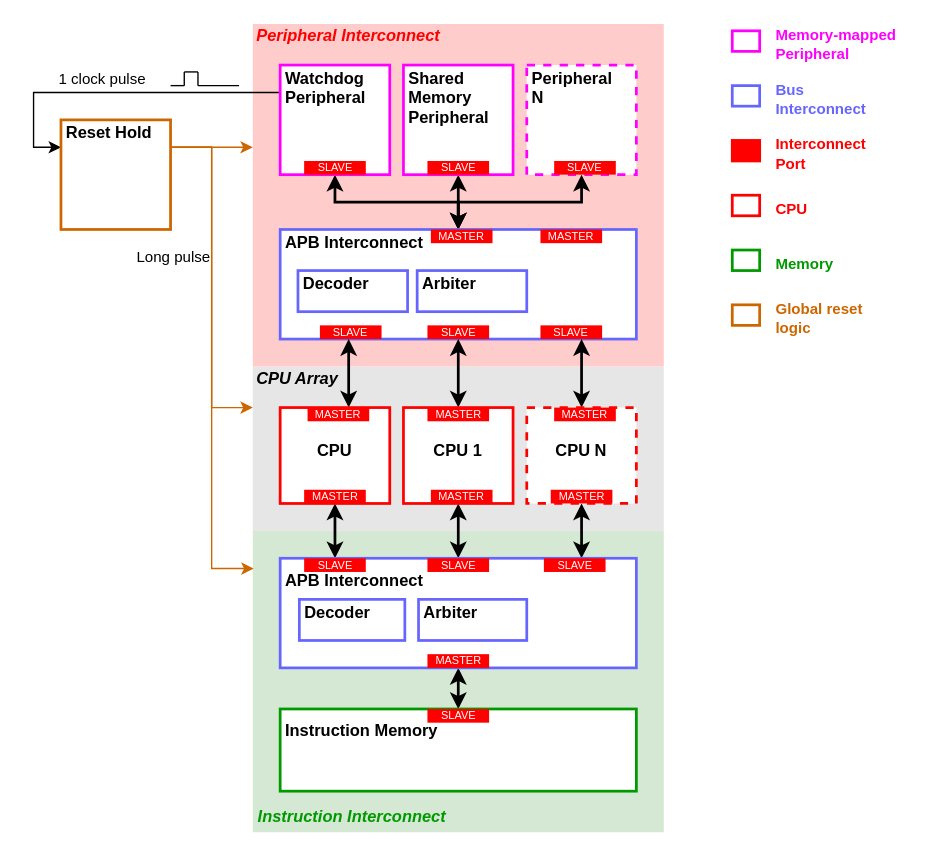
Before: docs/img/watchdog.drawio in bendl/vmicro16, a draw.io diagram. Source tidied: cells renumbered, new cells numbered last; positions are measured from the earlier drawing's top-left corner, leaving out a move shared by most shapes. Both pictures are drawn from the tidied source at 137%, with x=0, y=0 at pixel (60, 23).
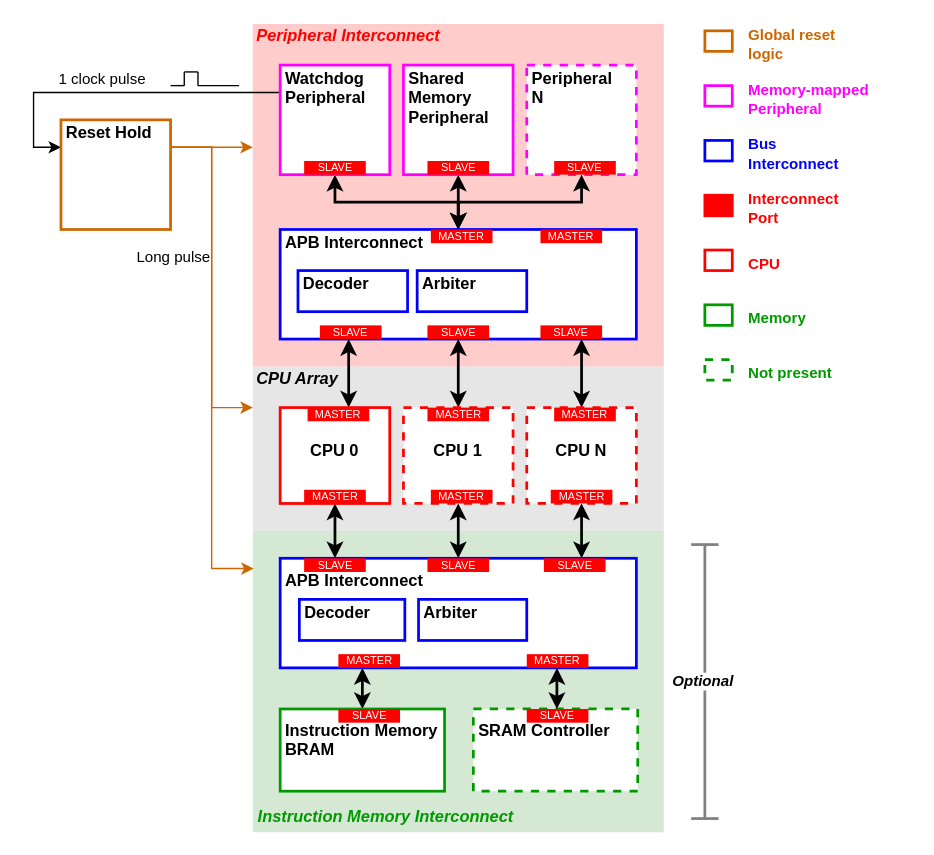
The same diagram, later.

What changed in the source:
```diff
@@
-    <mxCell id="3" value="Instruction Interconnect" style="rounded=0;whiteSpace=wrap;html=1;strokeColor=none;strokeWidth=2;align=left;fillColor=#D5E8D4;verticalAlign=bottom;fontStyle=3;spacing=4;spacingTop=-6;fontColor=#009900;" parent="1" vertex="1">
+    <mxCell id="3" value="Instruction Memory Interconnect" style="rounded=0;whiteSpace=wrap;html=1;strokeColor=none;strokeWidth=2;align=left;fillColor=#D5E8D4;verticalAlign=bottom;fontStyle=3;spacing=4;spacingTop=-6;fontColor=#009900;" parent="1" vertex="1">
       <mxGeometry x="140" y="370" width="300" height="220" as="geometry" />
     </mxCell>
@@
-    <mxCell id="8" value="APB Interconnect" style="rounded=0;whiteSpace=wrap;html=1;fontStyle=1;verticalAlign=top;align=left;spacing=4;spacingTop=-6;strokeColor=#6666FF;strokeWidth=2;" parent="1" vertex="1">
+    <mxCell id="8" value="APB Interconnect" style="rounded=0;whiteSpace=wrap;html=1;fontStyle=1;verticalAlign=top;align=left;spacing=4;spacingTop=-6;strokeColor=#0000FF;strokeWidth=2;" parent="1" vertex="1">
       <mxGeometry x="160" y="150" width="260" height="80" as="geometry" />
     </mxCell>
@@
-    <mxCell id="15" value="CPU" style="rounded=0;whiteSpace=wrap;html=1;fontStyle=1;verticalAlign=middle;align=center;spacing=4;spacingTop=-6;strokeColor=#FF0000;strokeWidth=2;" parent="1" vertex="1">
+    <mxCell id="15" value="CPU 0" style="rounded=0;whiteSpace=wrap;html=1;fontStyle=1;verticalAlign=middle;align=center;spacing=4;spacingTop=-6;strokeColor=#FF0000;strokeWidth=2;" parent="1" vertex="1">
       <mxGeometry x="160" y="280" width="80" height="70" as="geometry" />
     </mxCell>
@@
-    <mxCell id="18" value="CPU 1" style="rounded=0;whiteSpace=wrap;html=1;fontStyle=1;verticalAlign=middle;align=center;spacing=4;spacingTop=-6;strokeColor=#FF0000;strokeWidth=2;" parent="1" vertex="1">
+    <mxCell id="18" value="CPU 1" style="rounded=0;whiteSpace=wrap;html=1;fontStyle=1;verticalAlign=middle;align=center;spacing=4;spacingTop=-6;strokeColor=#FF0000;strokeWidth=2;dashed=1;" parent="1" vertex="1">
       <mxGeometry x="250" y="280" width="80" height="70" as="geometry" />
     </mxCell>
@@
-    <mxCell id="22" style="edgeStyle=elbowEdgeStyle;rounded=0;jettySize=auto;html=1;exitX=0.5;exitY=1;exitDx=0;exitDy=0;entryX=0.5;entryY=0;entryDx=0;entryDy=0;strokeColor=#000000;strokeWidth=2;startArrow=classic;startFill=1;" parent="1" edge="1" source="23" target="24">
-      <mxGeometry relative="1" as="geometry" />
+    <mxCell id="22" style="rounded=0;jettySize=auto;html=1;strokeColor=#000000;strokeWidth=2;startArrow=classic;startFill=1;edgeStyle=elbowEdgeStyle;" parent="1" edge="1" source="23" target="24">
+      <mxGeometry relative="1" as="geometry">
+        <Array as="points">
+          <mxPoint x="220" y="485" />
+        </Array>
+      </mxGeometry>
     </mxCell>
-    <mxCell id="23" value="APB Interconnect" style="rounded=0;whiteSpace=wrap;html=1;fontStyle=1;verticalAlign=top;align=left;spacing=4;spacingTop=1;strokeColor=#6666FF;strokeWidth=2;" parent="1" vertex="1">
+    <mxCell id="23" value="APB Interconnect" style="rounded=0;whiteSpace=wrap;html=1;fontStyle=1;verticalAlign=top;align=left;spacing=4;spacingTop=1;strokeColor=#0000FF;strokeWidth=2;" parent="1" vertex="1">
       <mxGeometry x="160" y="390" width="260" height="80" as="geometry" />
     </mxCell>
-    <mxCell id="24" value="Instruction Memory" style="rounded=0;whiteSpace=wrap;html=1;fontStyle=1;verticalAlign=top;align=left;spacing=4;spacingTop=0;strokeColor=#009900;strokeWidth=2;" parent="1" vertex="1">
-      <mxGeometry x="160" y="500" width="260" height="60" as="geometry" />
+    <mxCell id="24" value="Instruction Memory&lt;br&gt;BRAM" style="rounded=0;whiteSpace=wrap;html=1;fontStyle=1;verticalAlign=top;align=left;spacing=4;spacingTop=0;strokeColor=#009900;strokeWidth=2;" parent="1" vertex="1">
+      <mxGeometry x="160" y="500" width="120" height="60" as="geometry" />
     </mxCell>
-    <mxCell id="25" value="Decoder" style="rounded=0;whiteSpace=wrap;html=1;fontStyle=1;verticalAlign=top;align=left;spacing=4;spacingTop=-6;strokeColor=#6666FF;strokeWidth=2;" parent="1" vertex="1">
+    <mxCell id="25" value="Decoder" style="rounded=0;whiteSpace=wrap;html=1;fontStyle=1;verticalAlign=top;align=left;spacing=4;spacingTop=-6;strokeColor=#0000FF;strokeWidth=2;" parent="1" vertex="1">
       <mxGeometry x="174" y="420" width="77" height="30" as="geometry" />
     </mxCell>
-    <mxCell id="26" value="Arbiter" style="rounded=0;whiteSpace=wrap;html=1;fontStyle=1;verticalAlign=top;align=left;spacing=4;spacingTop=-6;strokeColor=#6666FF;strokeWidth=2;" parent="1" vertex="1">
+    <mxCell id="26" value="Arbiter" style="rounded=0;whiteSpace=wrap;html=1;fontStyle=1;verticalAlign=top;align=left;spacing=4;spacingTop=-6;strokeColor=#0000FF;strokeWidth=2;" parent="1" vertex="1">
       <mxGeometry x="261" y="420" width="79" height="30" as="geometry" />
     </mxCell>
-    <mxCell id="27" value="Decoder" style="rounded=0;whiteSpace=wrap;html=1;fontStyle=1;verticalAlign=top;align=left;spacing=4;spacingTop=-6;strokeColor=#6666FF;strokeWidth=2;" parent="1" vertex="1">
+    <mxCell id="27" value="Decoder" style="rounded=0;whiteSpace=wrap;html=1;fontStyle=1;verticalAlign=top;align=left;spacing=4;spacingTop=-6;strokeColor=#0000FF;strokeWidth=2;" parent="1" vertex="1">
       <mxGeometry x="173" y="180" width="80" height="30" as="geometry" />
     </mxCell>
-    <mxCell id="28" value="Arbiter" style="rounded=0;whiteSpace=wrap;html=1;fontStyle=1;verticalAlign=top;align=left;spacing=4;spacingTop=-6;strokeColor=#6666FF;strokeWidth=2;" parent="1" vertex="1">
+    <mxCell id="28" value="Arbiter" style="rounded=0;whiteSpace=wrap;html=1;fontStyle=1;verticalAlign=top;align=left;spacing=4;spacingTop=-6;strokeColor=#0000FF;strokeWidth=2;" parent="1" vertex="1">
       <mxGeometry x="260" y="180" width="80" height="30" as="geometry" />
     </mxCell>
@@
     <mxCell id="49" value="SLAVE" style="rounded=0;whiteSpace=wrap;html=1;labelBackgroundColor=none;strokeColor=none;strokeWidth=2;fillColor=#FF0000;fontColor=#FFFFFF;align=center;fontSize=8;spacing=0;spacingTop=-1;" parent="1" vertex="1">
-      <mxGeometry x="267.5" y="500" width="45" height="10" as="geometry" />
+      <mxGeometry x="202.5" y="500" width="45" height="10" as="geometry" />
     </mxCell>
     <mxCell id="50" value="MASTER" style="rounded=0;whiteSpace=wrap;html=1;labelBackgroundColor=none;strokeColor=none;strokeWidth=2;fillColor=#FF0000;fontColor=#FFFFFF;align=center;fontSize=8;spacing=0;spacingTop=-1;" parent="1" vertex="1">
-      <mxGeometry x="267.5" y="460" width="45" height="10" as="geometry" />
+      <mxGeometry x="202.5" y="460" width="45" height="10" as="geometry" />
     </mxCell>
@@
-    <mxCell id="58" style="rounded=0;whiteSpace=wrap;html=1;fontStyle=1;verticalAlign=top;align=left;spacing=4;spacingTop=-6;strokeColor=#6666FF;strokeWidth=2;" parent="1" vertex="1">
-      <mxGeometry x="490" y="45" width="20" height="15" as="geometry" />
+    <mxCell id="58" style="rounded=0;whiteSpace=wrap;html=1;fontStyle=1;verticalAlign=top;align=left;spacing=4;spacingTop=-6;strokeColor=#0000FF;strokeWidth=2;" parent="1" vertex="1">
+      <mxGeometry x="470" y="85" width="20" height="15" as="geometry" />
     </mxCell>
     <mxCell id="59" style="rounded=0;whiteSpace=wrap;html=1;fontStyle=1;verticalAlign=top;align=left;spacing=4;spacingTop=-6;strokeColor=#FF00FF;strokeWidth=2;" parent="1" vertex="1">
-      <mxGeometry x="490" y="5" width="20" height="15" as="geometry" />
+      <mxGeometry x="470" y="45" width="20" height="15" as="geometry" />
     </mxCell>
     <mxCell id="60" style="rounded=0;whiteSpace=wrap;html=1;fontStyle=1;verticalAlign=top;align=left;spacing=4;spacingTop=-6;strokeColor=#FF0000;strokeWidth=2;" parent="1" vertex="1">
-      <mxGeometry x="490" y="125" width="20" height="15" as="geometry" />
+      <mxGeometry x="470" y="165" width="20" height="15" as="geometry" />
     </mxCell>
     <mxCell id="61" style="rounded=0;whiteSpace=wrap;html=1;fontStyle=1;verticalAlign=top;align=left;spacing=4;spacingTop=-6;strokeColor=#009900;strokeWidth=2;" parent="1" vertex="1">
-      <mxGeometry x="490" y="165" width="20" height="15" as="geometry" />
+      <mxGeometry x="470" y="205" width="20" height="15" as="geometry" />
     </mxCell>
     <mxCell id="62" style="rounded=0;whiteSpace=wrap;html=1;fontStyle=1;verticalAlign=top;align=left;spacing=4;spacingTop=-6;strokeColor=#CC6600;strokeWidth=2;" parent="1" vertex="1">
-      <mxGeometry x="490" y="205" width="20" height="15" as="geometry" />
+      <mxGeometry x="470" y="5" width="20" height="15" as="geometry" />
     </mxCell>
     <mxCell id="63" value="&lt;b&gt;&lt;font style=&quot;font-size: 11px&quot;&gt;Global reset logic&lt;/font&gt;&lt;/b&gt;" style="text;html=1;strokeColor=none;fillColor=none;align=left;verticalAlign=middle;whiteSpace=wrap;rounded=0;shadow=0;glass=0;comic=0;labelBackgroundColor=none;fontSize=8;fontColor=#CC6600;" parent="1" vertex="1">
-      <mxGeometry x="520" y="200" width="80" height="30" as="geometry" />
+      <mxGeometry x="500" width="80" height="30" as="geometry" />
     </mxCell>
     <mxCell id="64" value="&lt;b&gt;&lt;font style=&quot;font-size: 11px&quot;&gt;Memory&lt;/font&gt;&lt;/b&gt;" style="text;html=1;strokeColor=none;fillColor=none;align=left;verticalAlign=middle;whiteSpace=wrap;rounded=0;shadow=0;glass=0;comic=0;labelBackgroundColor=none;fontSize=8;fontColor=#009900;" parent="1" vertex="1">
-      <mxGeometry x="520" y="160" width="80" height="30" as="geometry" />
+      <mxGeometry x="500" y="200" width="80" height="30" as="geometry" />
     </mxCell>
     <mxCell id="65" value="&lt;b&gt;&lt;font style=&quot;font-size: 11px&quot;&gt;CPU&lt;/font&gt;&lt;/b&gt;" style="text;html=1;strokeColor=none;fillColor=none;align=left;verticalAlign=middle;whiteSpace=wrap;rounded=0;shadow=0;glass=0;comic=0;labelBackgroundColor=none;fontSize=8;fontColor=#FF0000;" parent="1" vertex="1">
-      <mxGeometry x="520" y="120" width="80" height="30" as="geometry" />
+      <mxGeometry x="500" y="160" width="80" height="30" as="geometry" />
     </mxCell>
-    <mxCell id="66" value="&lt;b&gt;&lt;font style=&quot;font-size: 11px&quot;&gt;Bus Interconnect&lt;/font&gt;&lt;/b&gt;" style="text;html=1;strokeColor=none;fillColor=none;align=left;verticalAlign=middle;whiteSpace=wrap;rounded=0;shadow=0;glass=0;comic=0;labelBackgroundColor=none;fontSize=8;fontColor=#6666FF;" parent="1" vertex="1">
-      <mxGeometry x="520" y="40" width="80" height="30" as="geometry" />
+    <mxCell id="66" value="&lt;b&gt;&lt;font style=&quot;font-size: 11px&quot;&gt;Bus Interconnect&lt;/font&gt;&lt;/b&gt;" style="text;html=1;strokeColor=none;fillColor=none;align=left;verticalAlign=middle;whiteSpace=wrap;rounded=0;shadow=0;glass=0;comic=0;labelBackgroundColor=none;fontSize=8;fontColor=#0000FF;" parent="1" vertex="1">
+      <mxGeometry x="500" y="80" width="80" height="30" as="geometry" />
     </mxCell>
     <mxCell id="67" value="&lt;b&gt;&lt;font style=&quot;font-size: 11px&quot;&gt;Memory-mapped Peripheral&lt;br&gt;&lt;/font&gt;&lt;/b&gt;" style="text;html=1;strokeColor=none;fillColor=none;align=left;verticalAlign=middle;whiteSpace=wrap;rounded=0;shadow=0;glass=0;comic=0;labelBackgroundColor=none;fontSize=8;fontColor=#FF00FF;" parent="1" vertex="1">
-      <mxGeometry x="520" width="100" height="30" as="geometry" />
+      <mxGeometry x="500" y="40" width="100" height="30" as="geometry" />
     </mxCell>
     <mxCell id="68" style="rounded=0;whiteSpace=wrap;html=1;fontStyle=1;verticalAlign=top;align=left;spacing=4;spacingTop=-6;strokeColor=#FF0000;strokeWidth=2;fillColor=#FF0000;" parent="1" vertex="1">
-      <mxGeometry x="490" y="85" width="20" height="15" as="geometry" />
+      <mxGeometry x="470" y="125" width="20" height="15" as="geometry" />
     </mxCell>
     <mxCell id="69" value="&lt;b&gt;&lt;font style=&quot;font-size: 11px&quot;&gt;Interconnect Port&lt;/font&gt;&lt;/b&gt;" style="text;html=1;strokeColor=none;fillColor=none;align=left;verticalAlign=middle;whiteSpace=wrap;rounded=0;shadow=0;glass=0;comic=0;labelBackgroundColor=none;fontSize=8;fontColor=#FF0000;" parent="1" vertex="1">
-      <mxGeometry x="520" y="80" width="80" height="30" as="geometry" />
+      <mxGeometry x="500" y="120" width="80" height="30" as="geometry" />
     </mxCell>
+    <mxCell id="70" value="Optional&amp;nbsp;" style="endArrow=none;html=1;strokeWidth=2;fontStyle=3;align=center;verticalAlign=middle;strokeColor=#808080;" parent="1" edge="1">
+      <mxGeometry relative="1" as="geometry">
+        <mxPoint x="470" y="579.5" as="sourcePoint" />
+        <mxPoint x="470" y="379.5" as="targetPoint" />
+      </mxGeometry>
+    </mxCell>
+    <mxCell id="71" style="endArrow=none;html=1;strokeWidth=2;strokeColor=#808080;" parent="1" edge="1">
+      <mxGeometry relative="1" as="geometry">
+        <mxPoint x="480" y="380" as="sourcePoint" />
+        <mxPoint x="460" y="380" as="targetPoint" />
+      </mxGeometry>
+    </mxCell>
+    <mxCell id="72" style="endArrow=none;html=1;strokeWidth=2;strokeColor=#808080;" parent="1" edge="1">
+      <mxGeometry relative="1" as="geometry">
+        <mxPoint x="480" y="580" as="sourcePoint" />
+        <mxPoint x="460" y="580" as="targetPoint" />
+      </mxGeometry>
+    </mxCell>
+    <mxCell id="73" value="SRAM Controller" style="rounded=0;whiteSpace=wrap;html=1;fontStyle=1;verticalAlign=top;align=left;spacing=4;spacingTop=0;strokeColor=#009900;strokeWidth=2;dashed=1;" parent="1" vertex="1">
+      <mxGeometry x="301" y="500" width="120" height="60" as="geometry" />
+    </mxCell>
+    <mxCell id="74" value="SLAVE" style="rounded=0;whiteSpace=wrap;html=1;labelBackgroundColor=none;strokeColor=none;strokeWidth=2;fillColor=#FF0000;fontColor=#FFFFFF;align=center;fontSize=8;spacing=0;spacingTop=-1;" parent="1" vertex="1">
+      <mxGeometry x="340" y="500" width="45" height="10" as="geometry" />
+    </mxCell>
+    <mxCell id="75" value="MASTER" style="rounded=0;whiteSpace=wrap;html=1;labelBackgroundColor=none;strokeColor=none;strokeWidth=2;fillColor=#FF0000;fontColor=#FFFFFF;align=center;fontSize=8;spacing=0;spacingTop=-1;" parent="1" vertex="1">
+      <mxGeometry x="340" y="460" width="45" height="10" as="geometry" />
+    </mxCell>
+    <mxCell id="76" style="edgeStyle=elbowEdgeStyle;rounded=0;jettySize=auto;html=1;strokeColor=#000000;strokeWidth=2;startArrow=classic;startFill=1;" parent="1" edge="1" target="73">
+      <mxGeometry relative="1" as="geometry">
+        <mxPoint x="362" y="470" as="sourcePoint" />
+      </mxGeometry>
+    </mxCell>
+    <mxCell id="77" style="rounded=0;whiteSpace=wrap;html=1;fontStyle=1;verticalAlign=top;align=left;spacing=4;spacingTop=-6;strokeColor=#009900;strokeWidth=2;dashed=1;" parent="1" vertex="1">
+      <mxGeometry x="470" y="245" width="20" height="15" as="geometry" />
+    </mxCell>
+    <mxCell id="78" value="&lt;b&gt;&lt;font style=&quot;font-size: 11px&quot;&gt;Not present&lt;/font&gt;&lt;/b&gt;" style="text;html=1;strokeColor=none;fillColor=none;align=left;verticalAlign=middle;whiteSpace=wrap;rounded=0;shadow=0;glass=0;comic=0;labelBackgroundColor=none;fontSize=8;fontColor=#009900;" parent="1" vertex="1">
+      <mxGeometry x="500" y="240" width="80" height="30" as="geometry" />
+    </mxCell>
```
